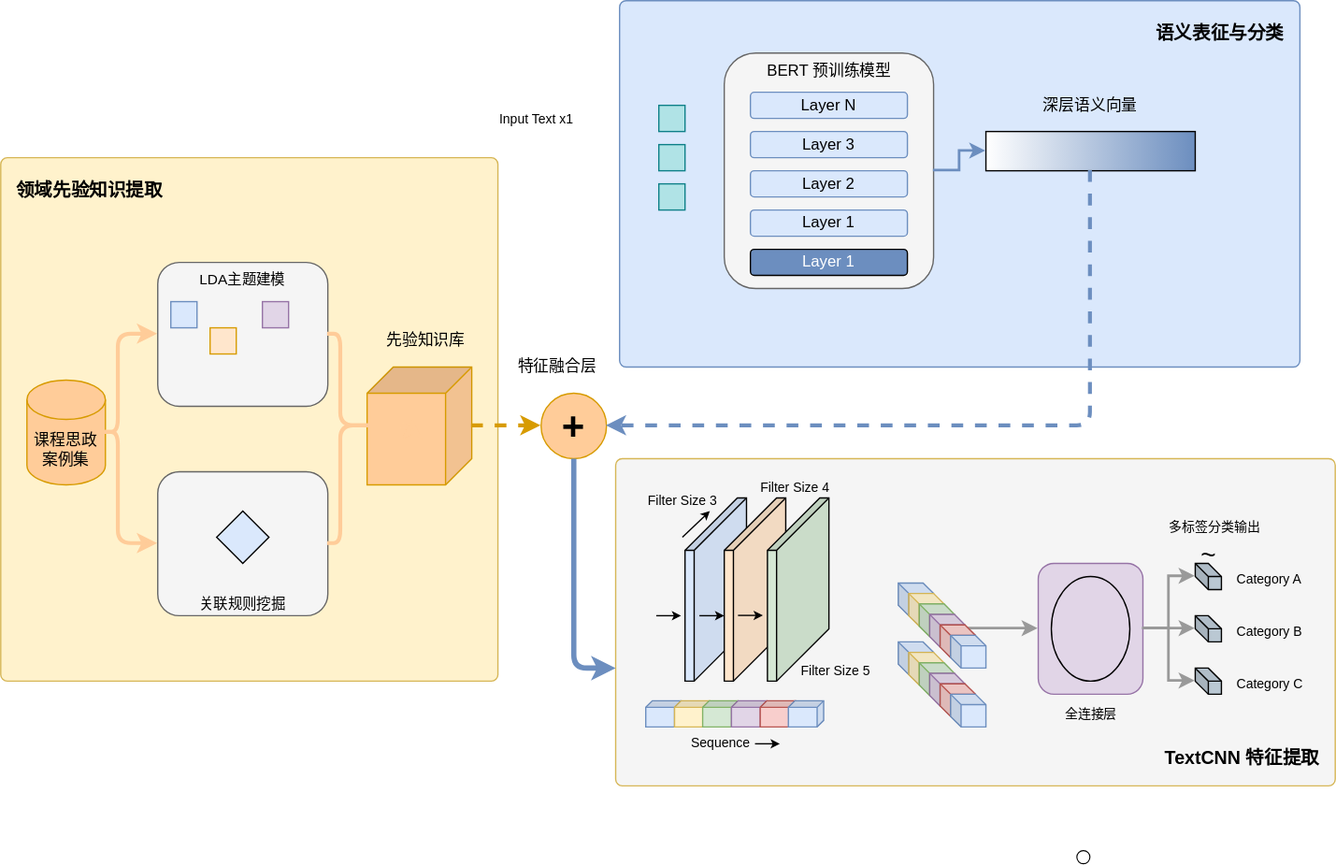
handsome-tony/picture keeps this draw.io diagram as 1.16小论文（思政元素）模型架构图.drawio.svg. Above is the earlier version. Source tidied: cells renumbered, new cells last; positions are measured from the earlier drawing's top-left corner, leaving out a move shared by most shapes.
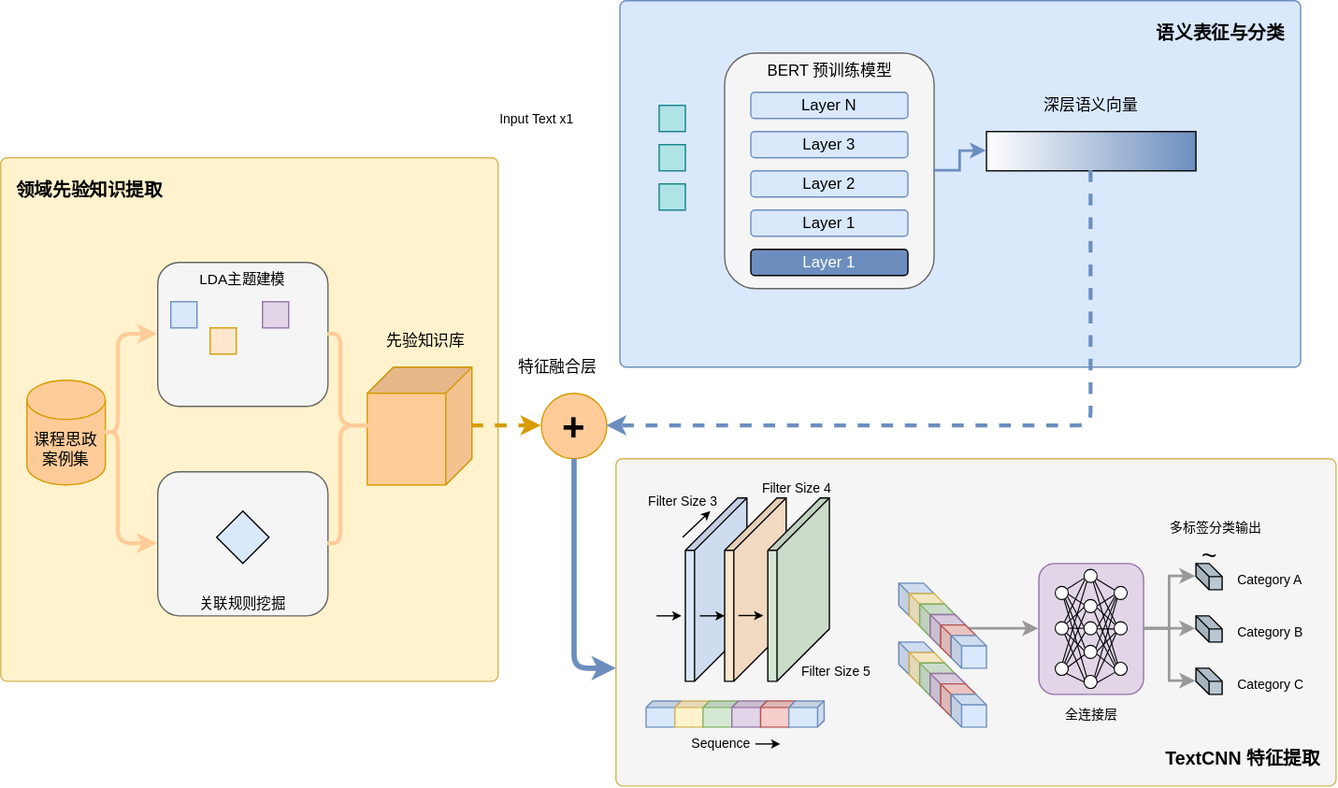
After the change.

Commit message:
更新1.16小论文（思政元素）模型架构图.drawio.svg

What changed in the source:
```diff
@@ -150,9 +150,6 @@
     <mxCell id="41" style="rounded=1;whiteSpace=wrap;html=1;fillColor=#e1d5e7;strokeColor=#9673a6;" parent="1" vertex="1">
       <mxGeometry x="793" y="430" width="80" height="100" as="geometry" />
     </mxCell>
-    <mxCell id="42" style="ellipse;whiteSpace=wrap;html=1;fillColor=none;strokeColor=#000000;" parent="41" vertex="1">
-      <mxGeometry x="10" y="10" width="60" height="80" as="geometry" />
-    </mxCell>
     <mxCell id="43" value="全连接层" style="text;html=1;align=center;verticalAlign=middle;fontSize=10;" parent="1" vertex="1">
       <mxGeometry x="793" y="530" width="80" height="30" as="geometry" />
     </mxCell>
@@ -300,8 +297,148 @@
     <mxCell id="82" style="shape=cube;whiteSpace=wrap;html=1;boundedLbl=1;backgroundOutline=1;darkOpacity=0.05;darkOpacity2=0.1;size=8;fillColor=#dae8fc;direction=east;strokeColor=#6c8ebf;" parent="1" vertex="1">
       <mxGeometry x="726" y="530" width="27" height="25" as="geometry" />
     </mxCell>
-    <mxCell id="83" style="ellipse;whiteSpace=wrap;html=1;strokeWidth=0.8;" parent="1" vertex="1">
-      <mxGeometry x="823" y="650" width="10" height="10" as="geometry" />
-    </mxCell>
+    <mxCell id="84" style="ellipse;whiteSpace=wrap;html=1;strokeWidth=0.8;" parent="1" vertex="1">
+      <mxGeometry x="827.5" y="434.5" width="10" height="10" as="geometry" />
+    </mxCell>
+    <mxCell id="85" style="ellipse;whiteSpace=wrap;html=1;strokeWidth=0.8;" parent="1" vertex="1">
+      <mxGeometry x="805.5" y="447.5" width="10" height="10" as="geometry" />
+    </mxCell>
+    <mxCell id="86" style="ellipse;whiteSpace=wrap;html=1;strokeWidth=0.8;" parent="1" vertex="1">
+      <mxGeometry x="850.5" y="447.5" width="10" height="10" as="geometry" />
+    </mxCell>
+    <mxCell id="87" style="ellipse;whiteSpace=wrap;html=1;strokeWidth=0.8;" parent="1" vertex="1">
+      <mxGeometry x="827.5" y="457.5" width="10" height="10" as="geometry" />
+    </mxCell>
+    <mxCell id="88" style="ellipse;whiteSpace=wrap;html=1;strokeWidth=0.8;" parent="1" vertex="1">
+      <mxGeometry x="827.5" y="492.5" width="10" height="10" as="geometry" />
+    </mxCell>
+    <mxCell id="89" style="ellipse;whiteSpace=wrap;html=1;strokeWidth=0.8;" parent="1" vertex="1">
+      <mxGeometry x="805.5" y="505.5" width="10" height="10" as="geometry" />
+    </mxCell>
+    <mxCell id="90" style="ellipse;whiteSpace=wrap;html=1;strokeWidth=0.8;" parent="1" vertex="1">
+      <mxGeometry x="850.5" y="505.5" width="10" height="10" as="geometry" />
+    </mxCell>
+    <mxCell id="91" style="ellipse;whiteSpace=wrap;html=1;strokeWidth=0.8;" parent="1" vertex="1">
+      <mxGeometry x="827.5" y="515.5" width="10" height="10" as="geometry" />
+    </mxCell>
+    <mxCell id="92" style="ellipse;whiteSpace=wrap;html=1;strokeWidth=0.8;" parent="1" vertex="1">
+      <mxGeometry x="805.5" y="474.5" width="10" height="10" as="geometry" />
+    </mxCell>
+    <mxCell id="93" style="ellipse;whiteSpace=wrap;html=1;strokeWidth=0.8;" parent="1" vertex="1">
+      <mxGeometry x="827.5" y="474.5" width="10" height="10" as="geometry" />
+    </mxCell>
+    <mxCell id="94" style="ellipse;whiteSpace=wrap;html=1;strokeWidth=0.8;" parent="1" vertex="1">
+      <mxGeometry x="850.5" y="474.5" width="10" height="10" as="geometry" />
+    </mxCell>
+    <mxCell id="95" style="endArrow=none;html=1;rounded=0;strokeWidth=0.8;entryX=-0.002;entryY=0.679;entryDx=0;entryDy=0;entryPerimeter=0;exitX=0.932;exitY=0.194;exitDx=0;exitDy=0;exitPerimeter=0;" parent="1" edge="1" source="85" target="84">
+      <mxGeometry relative="1" as="geometry" />
+    </mxCell>
+    <mxCell id="96" style="endArrow=none;html=1;rounded=0;strokeWidth=0.8;entryX=-0.014;entryY=0.38;entryDx=0;entryDy=0;entryPerimeter=0;exitX=0.993;exitY=0.596;exitDx=0;exitDy=0;exitPerimeter=0;" parent="1" edge="1" source="85" target="87">
+      <mxGeometry relative="1" as="geometry" />
+    </mxCell>
+    <mxCell id="97" style="endArrow=none;html=1;rounded=0;strokeWidth=0.8;entryX=-0.008;entryY=0.379;entryDx=0;entryDy=0;entryPerimeter=0;exitX=0.932;exitY=0.781;exitDx=0;exitDy=0;exitPerimeter=0;" parent="1" edge="1" source="85" target="93">
+      <mxGeometry relative="1" as="geometry" />
+    </mxCell>
+    <mxCell id="98" style="endArrow=none;html=1;rounded=0;strokeWidth=0.8;entryX=0.072;entryY=0.185;entryDx=0;entryDy=0;entryPerimeter=0;exitX=0.777;exitY=0.936;exitDx=0;exitDy=0;exitPerimeter=0;" parent="1" edge="1" source="85" target="88">
+      <mxGeometry relative="1" as="geometry" />
+    </mxCell>
+    <mxCell id="99" style="endArrow=none;html=1;rounded=0;strokeWidth=0.8;entryX=0.208;entryY=0.091;entryDx=0;entryDy=0;entryPerimeter=0;exitX=0.672;exitY=0.979;exitDx=0;exitDy=0;exitPerimeter=0;" parent="1" edge="1" source="85" target="91">
+      <mxGeometry relative="1" as="geometry" />
+    </mxCell>
+    <mxCell id="100" style="endArrow=none;html=1;rounded=0;strokeWidth=0.8;entryX=0.072;entryY=0.759;entryDx=0;entryDy=0;entryPerimeter=0;exitX=0.709;exitY=0.033;exitDx=0;exitDy=0;exitPerimeter=0;" parent="1" edge="1" source="92" target="84">
+      <mxGeometry relative="1" as="geometry" />
+    </mxCell>
+    <mxCell id="101" style="endArrow=none;html=1;rounded=0;strokeWidth=0.8;entryX=-0.008;entryY=0.609;entryDx=0;entryDy=0;entryPerimeter=0;exitX=1;exitY=0;exitDx=0;exitDy=0;" parent="1" edge="1" source="92" target="87">
+      <mxGeometry relative="1" as="geometry" />
+    </mxCell>
+    <mxCell id="102" style="endArrow=none;html=1;rounded=0;strokeWidth=0.8;entryX=0;entryY=0.5;entryDx=0;entryDy=0;exitX=1;exitY=0.5;exitDx=0;exitDy=0;" parent="1" edge="1" source="92" target="93">
+      <mxGeometry relative="1" as="geometry" />
+    </mxCell>
+    <mxCell id="103" style="endArrow=none;html=1;rounded=0;strokeWidth=0.8;entryX=0.004;entryY=0.389;entryDx=0;entryDy=0;entryPerimeter=0;exitX=1;exitY=1;exitDx=0;exitDy=0;" parent="1" edge="1" source="92" target="88">
+      <mxGeometry relative="1" as="geometry" />
+    </mxCell>
+    <mxCell id="104" style="endArrow=none;html=1;rounded=0;strokeWidth=0.8;entryX=0.041;entryY=0.307;entryDx=0;entryDy=0;entryPerimeter=0;exitX=0.734;exitY=0.978;exitDx=0;exitDy=0;exitPerimeter=0;" parent="1" edge="1" source="92" target="91">
+      <mxGeometry relative="1" as="geometry" />
+    </mxCell>
+    <mxCell id="105" style="endArrow=none;html=1;rounded=0;strokeWidth=0.8;entryX=0;entryY=0.5;entryDx=0;entryDy=0;exitX=1;exitY=1;exitDx=0;exitDy=0;" parent="1" edge="1" source="89" target="91">
+      <mxGeometry relative="1" as="geometry" />
+    </mxCell>
+    <mxCell id="106" style="endArrow=none;html=1;rounded=0;strokeWidth=0.8;entryX=0.047;entryY=0.71;entryDx=0;entryDy=0;entryPerimeter=0;exitX=0.969;exitY=0.374;exitDx=0;exitDy=0;exitPerimeter=0;" parent="1" edge="1" source="89" target="88">
+      <mxGeometry relative="1" as="geometry" />
+    </mxCell>
+    <mxCell id="107" style="endArrow=none;html=1;rounded=0;strokeWidth=0.8;entryX=0.085;entryY=0.805;entryDx=0;entryDy=0;entryPerimeter=0;exitX=1;exitY=0;exitDx=0;exitDy=0;" parent="1" edge="1" source="89" target="93">
+      <mxGeometry relative="1" as="geometry" />
+    </mxCell>
+    <mxCell id="108" style="endArrow=none;html=1;rounded=0;strokeWidth=0.8;entryX=0;entryY=1;entryDx=0;entryDy=0;exitX=0.728;exitY=0.034;exitDx=0;exitDy=0;exitPerimeter=0;" parent="1" edge="1" source="89" target="87">
+      <mxGeometry relative="1" as="geometry" />
+    </mxCell>
+    <mxCell id="109" style="endArrow=none;html=1;rounded=0;strokeWidth=0.8;entryX=0.227;entryY=0.932;entryDx=0;entryDy=0;entryPerimeter=0;exitX=0.567;exitY=-0.009;exitDx=0;exitDy=0;exitPerimeter=0;" parent="1" edge="1" source="89" target="84">
+      <mxGeometry relative="1" as="geometry" />
+    </mxCell>
+    <mxCell id="110" style="endArrow=none;html=1;rounded=0;strokeWidth=0.8;entryX=0.968;entryY=0.734;entryDx=0;entryDy=0;entryPerimeter=0;exitX=0.043;exitY=0.277;exitDx=0;exitDy=0;exitPerimeter=0;" parent="1" edge="1" source="86" target="84">
+      <mxGeometry relative="1" as="geometry" />
+    </mxCell>
+    <mxCell id="111" style="endArrow=none;html=1;rounded=0;strokeWidth=0.8;entryX=1.021;entryY=0.47;entryDx=0;entryDy=0;entryPerimeter=0;exitX=0.993;exitY=0.596;exitDx=0;exitDy=0;exitPerimeter=0;" parent="1" edge="1" target="87">
+      <mxGeometry relative="1" as="geometry">
+        <mxPoint x="850.5" y="454" as="sourcePoint" />
+      </mxGeometry>
+    </mxCell>
+    <mxCell id="112" style="endArrow=none;html=1;rounded=0;strokeWidth=0.8;entryX=-0.008;entryY=0.379;entryDx=0;entryDy=0;entryPerimeter=0;exitX=0.064;exitY=0.759;exitDx=0;exitDy=0;exitPerimeter=0;" parent="1" edge="1" source="86">
+      <mxGeometry relative="1" as="geometry">
+        <mxPoint x="837.5" y="479" as="targetPoint" />
+      </mxGeometry>
+    </mxCell>
+    <mxCell id="113" style="endArrow=none;html=1;rounded=0;strokeWidth=0.8;entryX=0.072;entryY=0.185;entryDx=0;entryDy=0;entryPerimeter=0;exitX=0;exitY=1;exitDx=0;exitDy=0;" parent="1" edge="1" source="86">
+      <mxGeometry relative="1" as="geometry">
+        <mxPoint x="836.5" y="495" as="targetPoint" />
+      </mxGeometry>
+    </mxCell>
+    <mxCell id="114" style="endArrow=none;html=1;rounded=0;strokeWidth=0.8;entryX=0.804;entryY=0.116;entryDx=0;entryDy=0;entryPerimeter=0;exitX=0.229;exitY=0.952;exitDx=0;exitDy=0;exitPerimeter=0;" parent="1" edge="1" source="86" target="91">
+      <mxGeometry relative="1" as="geometry" />
+    </mxCell>
+    <mxCell id="115" style="endArrow=none;html=1;rounded=0;strokeWidth=0.8;entryX=0.072;entryY=0.759;entryDx=0;entryDy=0;entryPerimeter=0;exitX=0;exitY=0;exitDx=0;exitDy=0;" parent="1" edge="1" source="94">
+      <mxGeometry relative="1" as="geometry">
+        <mxPoint x="835.5" y="443" as="targetPoint" />
+      </mxGeometry>
+    </mxCell>
+    <mxCell id="116" style="endArrow=none;html=1;rounded=0;strokeWidth=0.8;entryX=-0.008;entryY=0.609;entryDx=0;entryDy=0;entryPerimeter=0;exitX=0.068;exitY=0.213;exitDx=0;exitDy=0;exitPerimeter=0;" parent="1" edge="1" source="94">
+      <mxGeometry relative="1" as="geometry">
+        <mxPoint x="837.5" y="464" as="targetPoint" />
+      </mxGeometry>
+    </mxCell>
+    <mxCell id="117" style="endArrow=none;html=1;rounded=0;strokeWidth=0.8;entryX=1.018;entryY=0.545;entryDx=0;entryDy=0;exitX=1;exitY=0.5;exitDx=0;exitDy=0;entryPerimeter=0;" parent="1" edge="1" target="93">
+      <mxGeometry relative="1" as="geometry">
+        <mxPoint x="850.5" y="480" as="sourcePoint" />
+      </mxGeometry>
+    </mxCell>
+    <mxCell id="118" style="endArrow=none;html=1;rounded=0;strokeWidth=0.8;entryX=0.004;entryY=0.389;entryDx=0;entryDy=0;entryPerimeter=0;exitX=0.093;exitY=0.823;exitDx=0;exitDy=0;exitPerimeter=0;" parent="1" edge="1" source="94">
+      <mxGeometry relative="1" as="geometry">
+        <mxPoint x="837.5" y="497" as="targetPoint" />
+      </mxGeometry>
+    </mxCell>
+    <mxCell id="119" style="endArrow=none;html=1;rounded=0;strokeWidth=0.8;entryX=0.918;entryY=0.213;entryDx=0;entryDy=0;entryPerimeter=0;exitX=0.164;exitY=0.884;exitDx=0;exitDy=0;exitPerimeter=0;" parent="1" edge="1" source="94" target="91">
+      <mxGeometry relative="1" as="geometry" />
+    </mxCell>
+    <mxCell id="120" style="endArrow=none;html=1;rounded=0;strokeWidth=0.8;entryX=0;entryY=0.5;entryDx=0;entryDy=0;exitX=0.061;exitY=0.773;exitDx=0;exitDy=0;exitPerimeter=0;" parent="1" edge="1" source="90">
+      <mxGeometry relative="1" as="geometry">
+        <mxPoint x="837.5" y="521" as="targetPoint" />
+      </mxGeometry>
+    </mxCell>
+    <mxCell id="121" style="endArrow=none;html=1;rounded=0;strokeWidth=0.8;entryX=0.989;entryY=0.684;entryDx=0;entryDy=0;entryPerimeter=0;exitX=0.969;exitY=0.374;exitDx=0;exitDy=0;exitPerimeter=0;" parent="1" edge="1" target="88">
+      <mxGeometry relative="1" as="geometry">
+        <mxPoint x="850.5" y="510" as="sourcePoint" />
+      </mxGeometry>
+    </mxCell>
+    <mxCell id="122" style="endArrow=none;html=1;rounded=0;strokeWidth=0.8;entryX=0.946;entryY=0.766;entryDx=0;entryDy=0;entryPerimeter=0;exitX=0.057;exitY=0.288;exitDx=0;exitDy=0;exitPerimeter=0;" parent="1" edge="1" source="90" target="93">
+      <mxGeometry relative="1" as="geometry" />
+    </mxCell>
+    <mxCell id="123" style="endArrow=none;html=1;rounded=0;strokeWidth=0.8;entryX=0.789;entryY=0.927;entryDx=0;entryDy=0;exitX=0;exitY=0;exitDx=0;exitDy=0;entryPerimeter=0;" parent="1" edge="1" source="90" target="87">
+      <mxGeometry relative="1" as="geometry" />
+    </mxCell>
+    <mxCell id="124" style="endArrow=none;html=1;rounded=0;strokeWidth=0.8;entryX=0.227;entryY=0.932;entryDx=0;entryDy=0;entryPerimeter=0;exitX=0.261;exitY=0.066;exitDx=0;exitDy=0;exitPerimeter=0;" parent="1" edge="1" source="90">
+      <mxGeometry relative="1" as="geometry">
+        <mxPoint x="834.5" y="444" as="targetPoint" />
+      </mxGeometry>
+    </mxCell>
   </root>
 </mxGraphModel>
```
